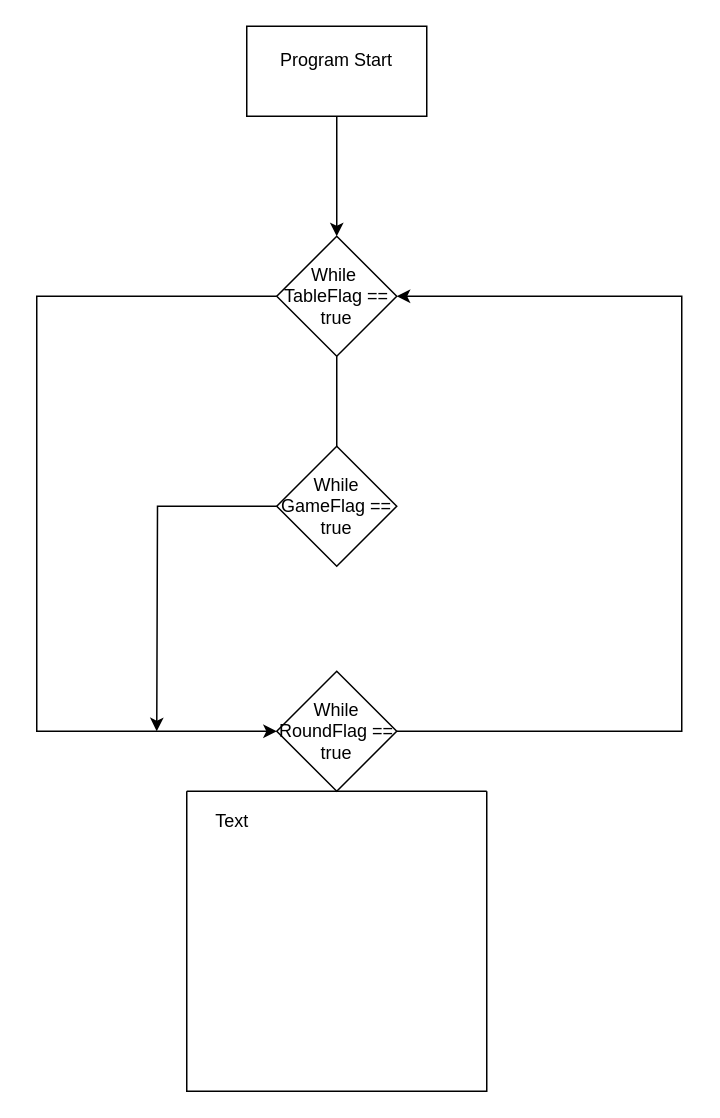
The draw.io diagram project/Untitled Diagram.drawio in iesudon/cosc2348_assignments, before the edit. Source tidied: cells renumbered, new cells numbered last; positions are measured from the earlier drawing's top-left corner, leaving out a move shared by most shapes. Both pictures are drawn from the tidied source at 150%, with x=0, y=0 at pixel (36, 26).
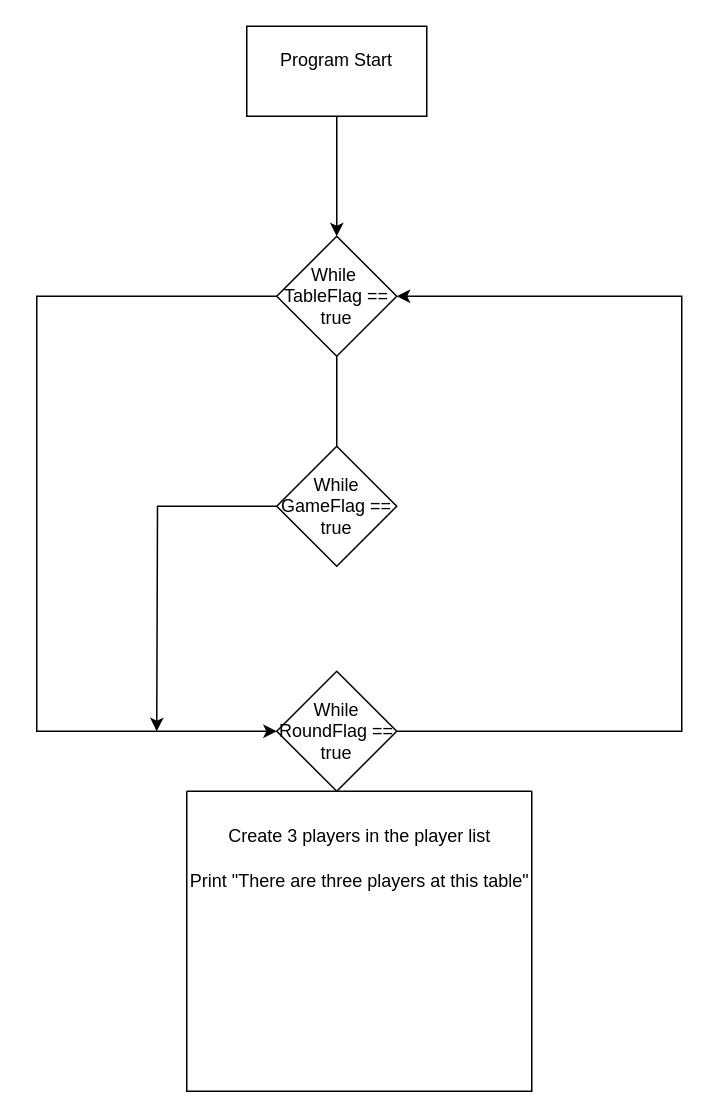
The same page after the edit.

Diff of the diagram source:
```diff
@@
 <mxGraphModel>
   <root>
     <mxCell id="0" />
     <mxCell id="1" parent="0" />
     <mxCell id="2" style="edgeStyle=orthogonalEdgeStyle;rounded=0;jettySize=auto;html=1;exitX=0.5;exitY=1;exitDx=0;exitDy=0;" parent="1" edge="1" source="3" target="6">
       <mxGeometry relative="1" as="geometry" />
     </mxCell>
     <mxCell id="3" value="&lt;div&gt;Program Start&lt;/div&gt;&lt;div&gt;&lt;br&gt;&lt;/div&gt;" style="rounded=0;whiteSpace=wrap;html=1;" parent="1" vertex="1">
       <mxGeometry x="140" width="120" height="60" as="geometry" />
     </mxCell>
     <mxCell id="4" style="edgeStyle=orthogonalEdgeStyle;rounded=0;jettySize=auto;html=1;exitX=0.5;exitY=1;exitDx=0;exitDy=0;" parent="1" edge="1" source="6">
       <mxGeometry relative="1" as="geometry">
         <mxPoint x="200" y="310" as="targetPoint" />
       </mxGeometry>
     </mxCell>
     <mxCell id="5" style="edgeStyle=orthogonalEdgeStyle;rounded=0;jettySize=auto;html=1;exitX=0;exitY=0.5;exitDx=0;exitDy=0;entryX=0;entryY=0.5;entryDx=0;entryDy=0;" parent="1" edge="1" source="6" target="10">
       <mxGeometry relative="1" as="geometry">
         <Array as="points">
           <mxPoint y="180" />
           <mxPoint y="470" />
         </Array>
       </mxGeometry>
     </mxCell>
     <mxCell id="6" value="While&amp;nbsp; TableFlag == true" style="rhombus;whiteSpace=wrap;html=1;" parent="1" vertex="1">
       <mxGeometry x="160" y="140" width="80" height="80" as="geometry" />
     </mxCell>
     <mxCell id="7" style="edgeStyle=orthogonalEdgeStyle;rounded=0;jettySize=auto;html=1;exitX=0;exitY=0.5;exitDx=0;exitDy=0;" parent="1" edge="1" source="8">
       <mxGeometry relative="1" as="geometry">
         <mxPoint x="80" y="470" as="targetPoint" />
       </mxGeometry>
     </mxCell>
     <mxCell id="8" value="While GameFlag == true" style="rhombus;whiteSpace=wrap;html=1;" parent="1" vertex="1">
       <mxGeometry x="160" y="280" width="80" height="80" as="geometry" />
     </mxCell>
     <mxCell id="9" style="edgeStyle=orthogonalEdgeStyle;rounded=0;jettySize=auto;html=1;exitX=1;exitY=0.5;exitDx=0;exitDy=0;entryX=1;entryY=0.5;entryDx=0;entryDy=0;" parent="1" edge="1" source="10" target="6">
       <mxGeometry relative="1" as="geometry">
         <Array as="points">
           <mxPoint x="430" y="470" />
           <mxPoint x="430" y="180" />
         </Array>
       </mxGeometry>
     </mxCell>
     <mxCell id="10" value="While RoundFlag == true" style="rhombus;whiteSpace=wrap;html=1;" parent="1" vertex="1">
       <mxGeometry x="160" y="430" width="80" height="80" as="geometry" />
     </mxCell>
     <mxCell id="11" style="swimlane;startSize=0;" parent="1" vertex="1">
-      <mxGeometry x="100" y="510" width="200" height="200" as="geometry" />
+      <mxGeometry x="100" y="510" width="230" height="200" as="geometry" />
     </mxCell>
-    <mxCell id="12" value="Text" style="text;html=1;align=center;verticalAlign=middle;strokeColor=none;fillColor=none;" parent="11" vertex="1">
-      <mxGeometry x="10" y="10" width="40" height="20" as="geometry" />
+    <mxCell id="12" value="Create 3 players in the player list" style="text;html=1;align=center;verticalAlign=middle;strokeColor=none;fillColor=none;" parent="11" vertex="1">
+      <mxGeometry x="15" y="20" width="200" height="20" as="geometry" />
     </mxCell>
+    <mxCell id="13" value="Print &quot;There are three players at this table&quot;" style="text;html=1;align=center;verticalAlign=middle;strokeColor=none;fillColor=none;" parent="11" vertex="1">
+      <mxGeometry x="-15" y="50" width="260" height="20" as="geometry" />
+    </mxCell>
   </root>
 </mxGraphModel>
```
